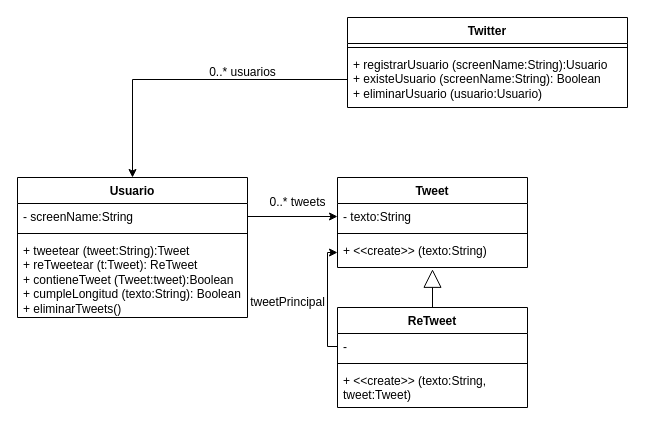
This is Patrones/Ejercicio1/Ejercicio1.drawio from Ruyy7/OO2, a draw.io file, before an edit. Source tidied: cells renumbered, new cells numbered last; positions are measured from the earlier drawing's top-left corner, leaving out a move shared by most shapes. Both pictures are drawn from the tidied source at 100%, with x=0, y=0 at pixel (17, 17).
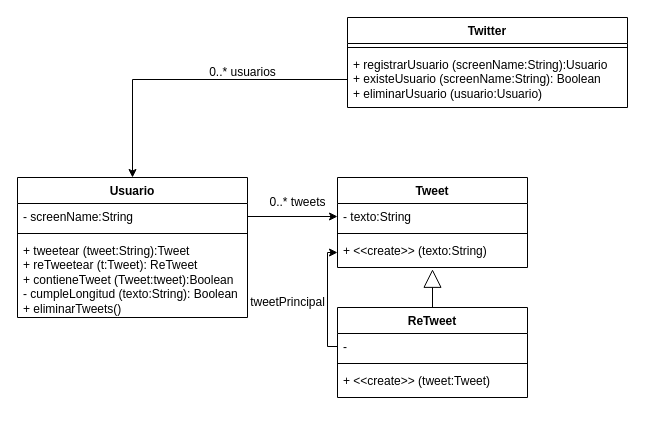
Above is the later version.

Unchanged cells that the change refers to:
```xml
<mxCell id="5" value="Usuario" style="swimlane;fontStyle=1;align=center;verticalAlign=top;horizontal=1;startSize=26;whiteSpace=wrap;html=1;" parent="1" vertex="1">
  <mxGeometry y="160" width="230" height="140" as="geometry" />
</mxCell>
```

Diff of the diagram source:
```diff
@@
-    <mxCell id="8" value="+ tweetear (tweet:String):Tweet&lt;br&gt;+ reTweetear (t:Tweet): ReTweet&lt;br&gt;+ contieneTweet (Tweet:tweet):Boolean&lt;br&gt;+ cumpleLongitud (texto:String): Boolean&lt;br&gt;+ eliminarTweets()&amp;nbsp;" style="text;strokeColor=none;fillColor=none;align=left;verticalAlign=top;spacingLeft=4;spacingRight=4;overflow=hidden;whiteSpace=wrap;html=1;" parent="5" vertex="1">
+    <mxCell id="8" value="+ tweetear (tweet:String):Tweet&lt;br&gt;+ reTweetear (t:Tweet): ReTweet&lt;br&gt;+ contieneTweet (Tweet:tweet):Boolean&lt;br&gt;- cumpleLongitud (texto:String): Boolean&lt;br&gt;+ eliminarTweets()&amp;nbsp;" style="text;strokeColor=none;fillColor=none;align=left;verticalAlign=top;spacingLeft=4;spacingRight=4;overflow=hidden;whiteSpace=wrap;html=1;" parent="5" vertex="1">
       <mxGeometry y="60" width="230" height="80" as="geometry" />
     </mxCell>
@@
     <mxCell id="17" value="ReTweet" style="swimlane;fontStyle=1;align=center;verticalAlign=top;horizontal=1;startSize=26;whiteSpace=wrap;html=1;" parent="1" vertex="1">
-      <mxGeometry x="320" y="290" width="190" height="100" as="geometry" />
+      <mxGeometry x="320" y="290" width="190" height="90" as="geometry" />
     </mxCell>
@@
-    <mxCell id="20" value="+ &amp;lt;&amp;lt;create&amp;gt;&amp;gt; (texto:String, tweet:Tweet)" style="text;strokeColor=none;fillColor=none;align=left;verticalAlign=top;spacingLeft=4;spacingRight=4;overflow=hidden;whiteSpace=wrap;html=1;" parent="17" vertex="1">
-      <mxGeometry y="60" width="190" height="40" as="geometry" />
+    <mxCell id="20" value="+ &amp;lt;&amp;lt;create&amp;gt;&amp;gt; (tweet:Tweet)" style="text;strokeColor=none;fillColor=none;align=left;verticalAlign=top;spacingLeft=4;spacingRight=4;overflow=hidden;whiteSpace=wrap;html=1;" parent="17" vertex="1">
+      <mxGeometry y="60" width="190" height="30" as="geometry" />
     </mxCell>
```
